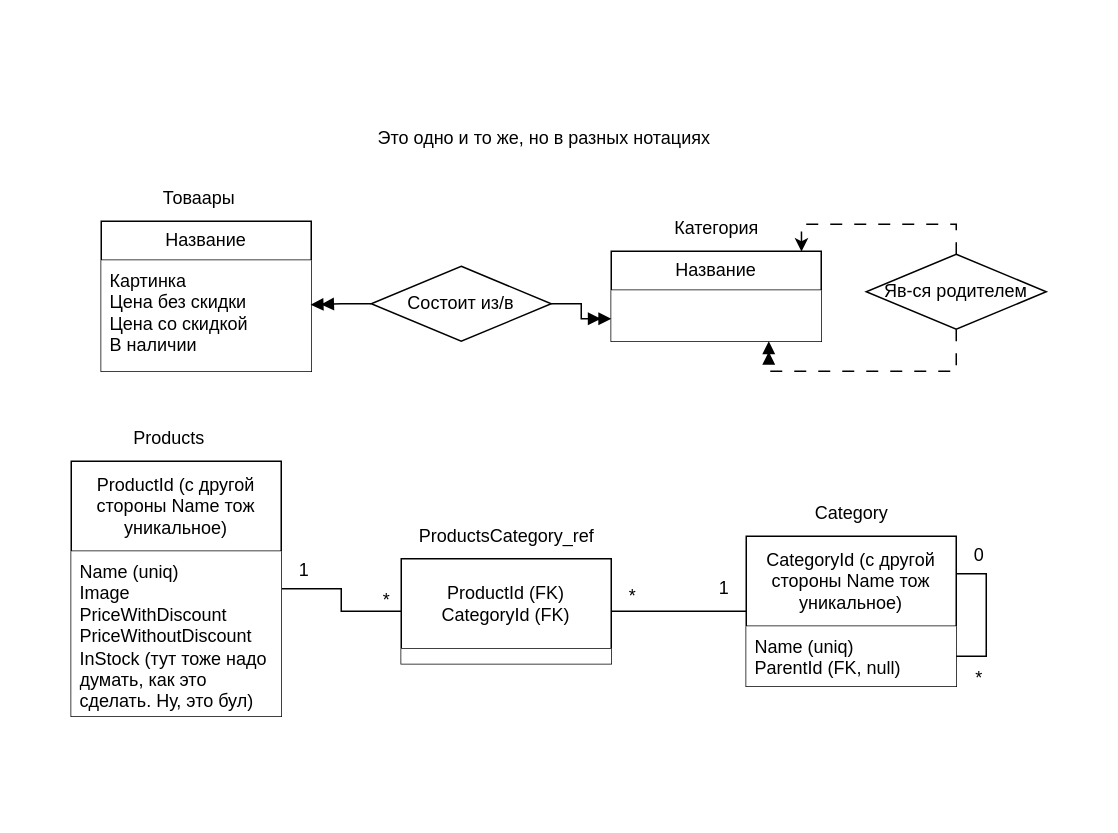
Kuro-D-Shiro/ZeonParser keeps this draw.io diagram as Diagrams/БД_ZeonParser.drawio. Above is the earlier version. Source tidied: cells renumbered, new cells numbered last; positions are measured from the earlier drawing's top-left corner, leaving out a move shared by most shapes. Both pictures are drawn from the tidied source at 150%, with x=0, y=0 at pixel (70, 116).
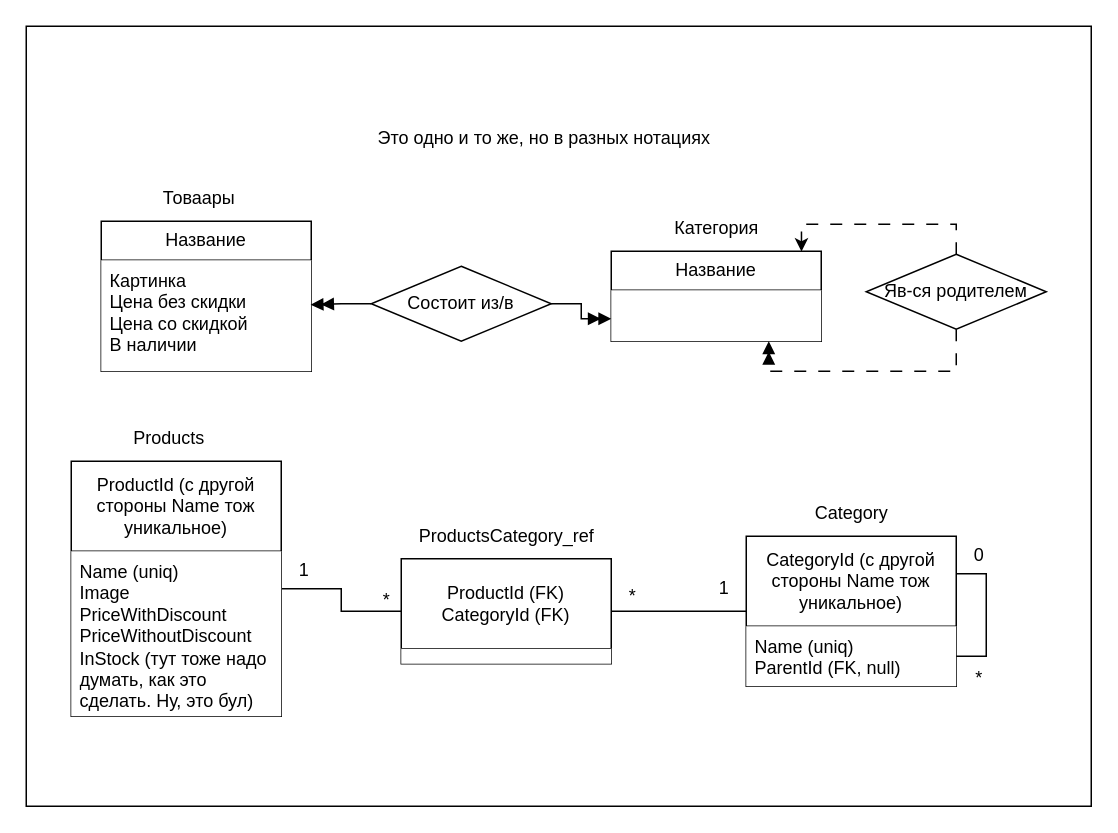
After the change.

What changed in the source:
```diff
@@
+    <mxCell id="33" style="rounded=0;whiteSpace=wrap;html=1;" parent="1" vertex="1">
+      <mxGeometry x="-30" y="-60" width="710" height="520" as="geometry" />
+    </mxCell>
```
